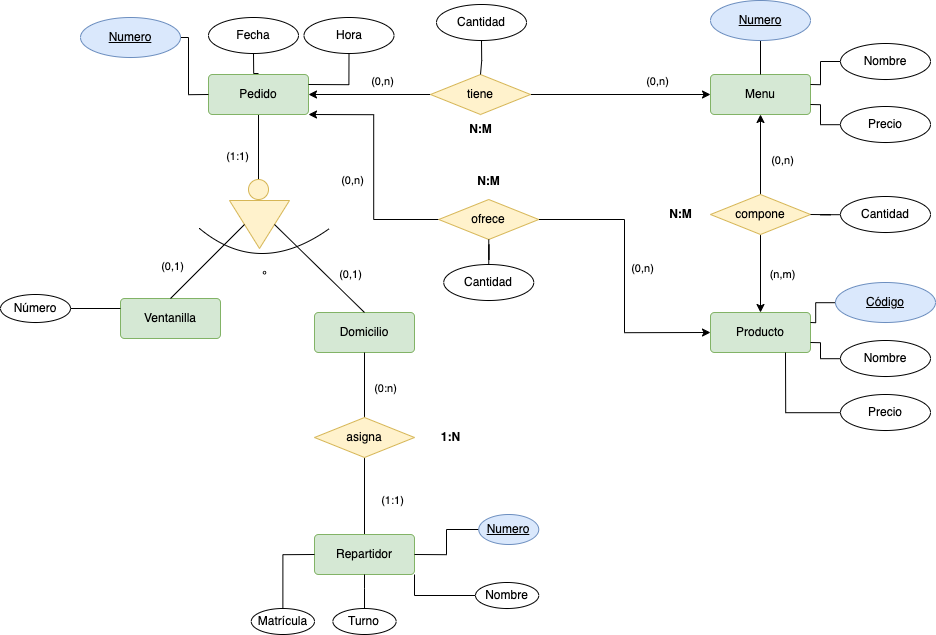
MoisesALH/base-datos keeps this draw.io diagram as ER/repaso/repaso7/img/comida.drawio.png. Above is the earlier version. Source tidied: cells renumbered, new cells last; positions are measured from the earlier drawing's top-left corner, leaving out a move shared by most shapes.
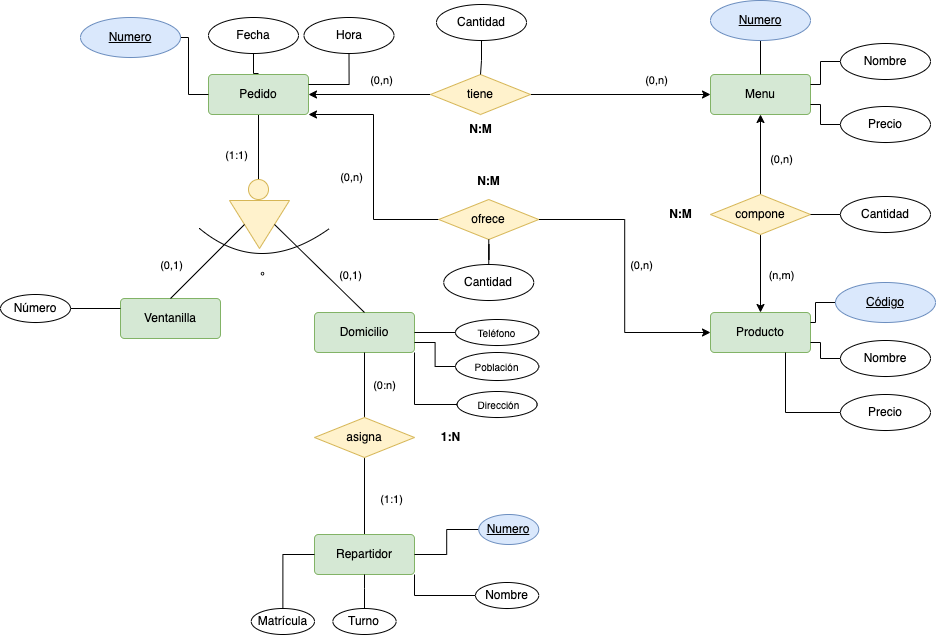
Later version of the same file.

Change to the diagram source:
```diff
@@ -259,5 +259,23 @@
     <mxCell id="74" value="&lt;b&gt;1:N&lt;/b&gt;" style="text;html=1;align=center;verticalAlign=middle;strokeColor=none;fillColor=none;" parent="1" vertex="1">
       <mxGeometry x="430" y="422" width="40" height="30" as="geometry" />
     </mxCell>
+    <mxCell id="75" style="edgeStyle=orthogonalEdgeStyle;rounded=0;jettySize=auto;html=1;entryX=1;entryY=0.5;entryDx=0;entryDy=0;endArrow=none;endFill=0;" parent="1" edge="1" source="76" target="10">
+      <mxGeometry relative="1" as="geometry" />
+    </mxCell>
+    <mxCell id="76" value="&lt;p style=&quot;margin: 0px; font-variant-numeric: normal; font-variant-east-asian: normal; font-stretch: normal; font-size: 10px; line-height: normal; text-align: start;&quot; class=&quot;p1&quot;&gt;Teléfono&lt;/p&gt;" style="ellipse;whiteSpace=wrap;html=1;align=center;" parent="1" vertex="1">
+      <mxGeometry x="455" y="319" width="83.2" height="26" as="geometry" />
+    </mxCell>
+    <mxCell id="77" style="edgeStyle=orthogonalEdgeStyle;rounded=0;jettySize=auto;html=1;entryX=1;entryY=0.75;entryDx=0;entryDy=0;endArrow=none;endFill=0;" parent="1" edge="1" source="78" target="10">
+      <mxGeometry relative="1" as="geometry" />
+    </mxCell>
+    <mxCell id="78" value="&lt;p style=&quot;margin: 0px; font-variant-numeric: normal; font-variant-east-asian: normal; font-stretch: normal; font-size: 10px; line-height: normal; text-align: start;&quot; class=&quot;p1&quot;&gt;Población&lt;br&gt;&lt;/p&gt;" style="ellipse;whiteSpace=wrap;html=1;align=center;" parent="1" vertex="1">
+      <mxGeometry x="455" y="352" width="83.2" height="28" as="geometry" />
+    </mxCell>
+    <mxCell id="79" style="edgeStyle=orthogonalEdgeStyle;rounded=0;jettySize=auto;html=1;entryX=1;entryY=1;entryDx=0;entryDy=0;endArrow=none;endFill=0;" parent="1" edge="1" source="80" target="10">
+      <mxGeometry relative="1" as="geometry" />
+    </mxCell>
+    <mxCell id="80" value="&lt;p style=&quot;margin: 0px; font-variant-numeric: normal; font-variant-east-asian: normal; font-stretch: normal; font-size: 10px; line-height: normal; text-align: start;&quot; class=&quot;p1&quot;&gt;&amp;nbsp;Dirección&lt;br&gt;&lt;/p&gt;" style="ellipse;whiteSpace=wrap;html=1;align=center;" parent="1" vertex="1">
+      <mxGeometry x="456.6" y="391" width="80" height="26" as="geometry" />
+    </mxCell>
   </root>
 </mxGraphModel>
```
